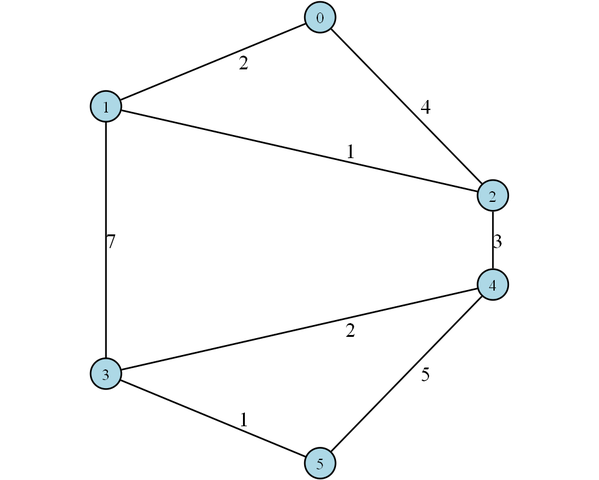
The Graphviz diagram example.png in Arpit-Singh-Chauhan/Path-Finder, before a commit. Its source is kept beside it as example.dot.
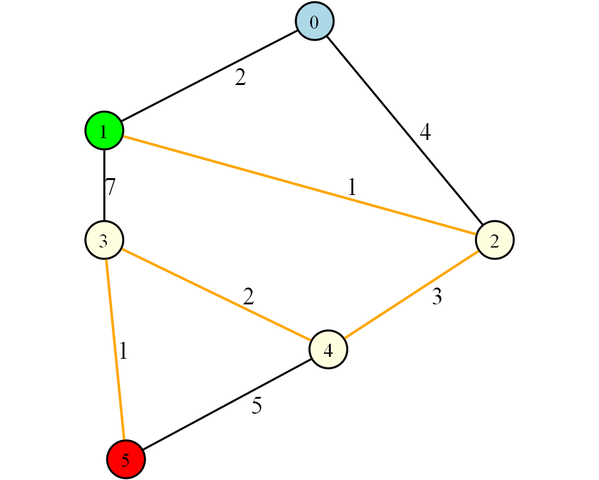
The same file after the commit.

Commit message:
with colour coding

Change to the diagram source:
```diff
@@ -18,13 +18,20 @@
         penwidth = 4
     ]
 
-    0 -- 1 [label="2"]
-    0 -- 2 [label="4"]
-    1 -- 2 [label="1"]
-    1 -- 3 [label="7"]
-    2 -- 4 [label="3"]
-    3 -- 5 [label="1"]
-    4 -- 3 [label="2"]
-    4 -- 5 [label="5"]
+    0 -- 1 [label="2"];
+    0 -- 2 [label="4"];
+    1 [fillcolor=green];
+    1 -- 2 [label="1", color=orange, penwidth=5];
+    1 -- 3 [label="7"];
+    2 [fillcolor=lightyellow];
+    2 -- 4 [label="3", color=orange, penwidth=5];
+    3 [fillcolor=lightyellow];
+    3 -- 5 [label="1", color=orange, penwidth=5];
+    3 -- 4 [label="2", color=orange, penwidth=5];
+    4 [fillcolor=lightyellow];
+    4 -- 5 [label="5"];
+    5 [fillcolor=red];
 }
 
+
+
```
